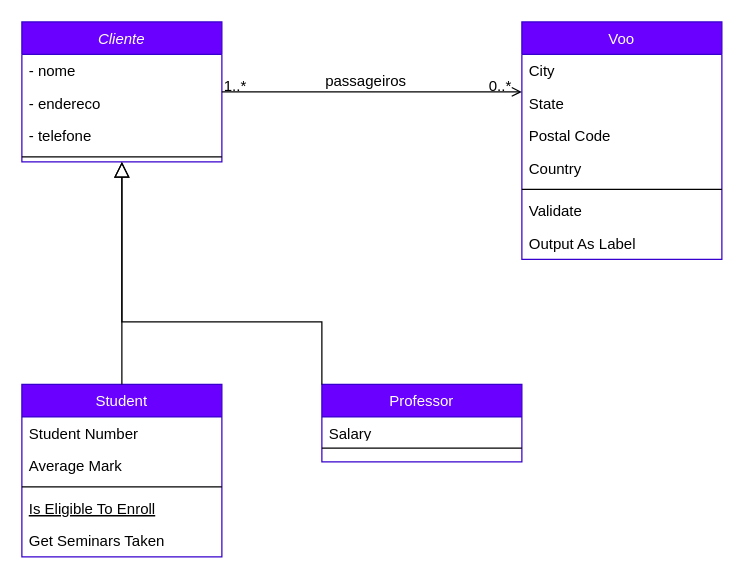
Above: Diagrama sem nome.drawio in luazinhaa/TOH (draw.io), before the change. Source tidied: cells renumbered, new cells numbered last; positions are measured from the earlier drawing's top-left corner, leaving out a move shared by most shapes. Both pictures are drawn from the tidied source at 125%, with x=0, y=0 at pixel (21, 21).
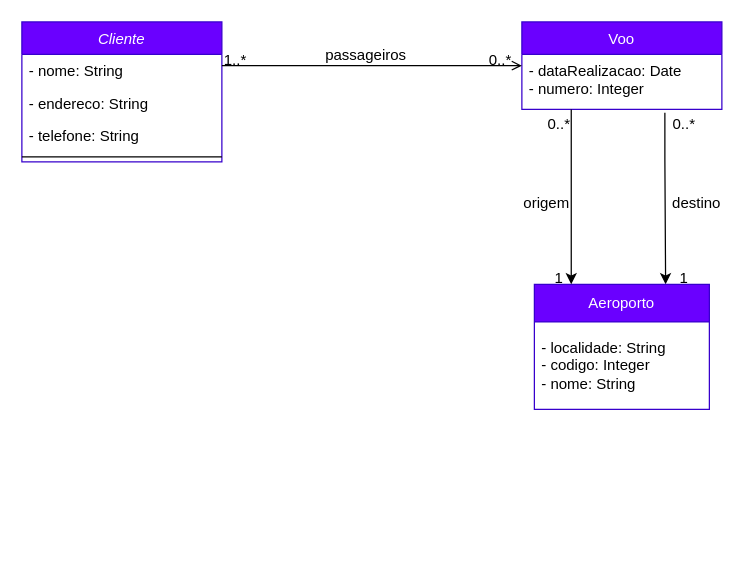
The same diagram, later.

The change refers to these unchanged cells:
```xml
<mxCell id="2" value="Cliente" style="swimlane;fontStyle=2;align=center;verticalAlign=top;horizontal=1;startSize=26;rounded=0;shadow=0;strokeWidth=1;fillColor=#6a00ff;strokeColor=#3700CC;fontColor=#ffffff;" parent="1" vertex="1">
  <mxGeometry width="160" height="112" as="geometry" />
</mxCell>
```

What changed in the source:
```diff
@@
-    <mxCell id="3" value="- nome" style="text;align=left;verticalAlign=top;spacingLeft=4;spacingRight=4;overflow=hidden;" parent="2" vertex="1">
+    <mxCell id="3" value="- nome: String" style="text;align=left;verticalAlign=top;spacingLeft=4;spacingRight=4;overflow=hidden;" parent="2" vertex="1">
       <mxGeometry y="26" width="160" height="26" as="geometry" />
     </mxCell>
-    <mxCell id="4" value="- endereco" style="text;align=left;verticalAlign=top;spacingLeft=4;spacingRight=4;overflow=hidden;rounded=0;shadow=0;html=0;" parent="2" vertex="1">
+    <mxCell id="4" value="- endereco: String" style="text;align=left;verticalAlign=top;spacingLeft=4;spacingRight=4;overflow=hidden;rounded=0;shadow=0;html=0;" parent="2" vertex="1">
       <mxGeometry y="52" width="160" height="26" as="geometry" />
     </mxCell>
-    <mxCell id="5" value="- telefone" style="text;align=left;verticalAlign=top;spacingLeft=4;spacingRight=4;overflow=hidden;rounded=0;shadow=0;html=0;fillColor=none;" parent="2" vertex="1">
+    <mxCell id="5" value="- telefone: String" style="text;align=left;verticalAlign=top;spacingLeft=4;spacingRight=4;overflow=hidden;rounded=0;shadow=0;html=0;fillColor=none;" parent="2" vertex="1">
       <mxGeometry y="78" width="160" height="26" as="geometry" />
     </mxCell>
@@
-    <mxCell id="7" value="Student" style="swimlane;fontStyle=0;align=center;verticalAlign=top;horizontal=1;startSize=26;rounded=0;shadow=0;strokeWidth=1;fillColor=#6a00ff;fontColor=#ffffff;strokeColor=#3700CC;" parent="1" vertex="1">
-      <mxGeometry y="290" width="160" height="138" as="geometry" />
-    </mxCell>
-    <mxCell id="8" value="Student Number" style="text;align=left;verticalAlign=top;spacingLeft=4;spacingRight=4;overflow=hidden;" parent="7" vertex="1">
-      <mxGeometry y="26" width="160" height="26" as="geometry" />
-    </mxCell>
-    <mxCell id="9" value="Average Mark" style="text;align=left;verticalAlign=top;spacingLeft=4;spacingRight=4;overflow=hidden;rounded=0;shadow=0;html=0;" parent="7" vertex="1">
-      <mxGeometry y="52" width="160" height="26" as="geometry" />
-    </mxCell>
-    <mxCell id="10" style="line;html=1;strokeWidth=1;align=left;verticalAlign=middle;spacingTop=-1;spacingLeft=3;spacingRight=3;labelPosition=right;" parent="7" vertex="1">
-      <mxGeometry y="78" width="160" height="8" as="geometry" />
-    </mxCell>
-    <mxCell id="11" value="Is Eligible To Enroll" style="text;align=left;verticalAlign=top;spacingLeft=4;spacingRight=4;overflow=hidden;fontStyle=4;" parent="7" vertex="1">
-      <mxGeometry y="86" width="160" height="26" as="geometry" />
-    </mxCell>
-    <mxCell id="12" value="Get Seminars Taken" style="text;align=left;verticalAlign=top;spacingLeft=4;spacingRight=4;overflow=hidden;" parent="7" vertex="1">
-      <mxGeometry y="112" width="160" height="26" as="geometry" />
-    </mxCell>
-    <mxCell id="13" style="endArrow=block;endSize=10;endFill=0;shadow=0;strokeWidth=1;rounded=0;edgeStyle=elbowEdgeStyle;elbow=vertical;" parent="1" edge="1" source="7" target="2">
-      <mxGeometry relative="1" as="geometry" />
-    </mxCell>
-    <mxCell id="14" value="Professor" style="swimlane;fontStyle=0;align=center;verticalAlign=top;horizontal=1;startSize=26;rounded=0;shadow=0;strokeWidth=1;fillColor=#6a00ff;fontColor=#ffffff;strokeColor=#3700CC;" parent="1" vertex="1">
-      <mxGeometry x="240" y="290" width="160" height="62" as="geometry" />
-    </mxCell>
-    <mxCell id="15" value="Salary" style="text;align=left;verticalAlign=top;spacingLeft=4;spacingRight=4;overflow=hidden;" parent="14" vertex="1">
-      <mxGeometry y="26" width="160" height="14" as="geometry" />
-    </mxCell>
-    <mxCell id="16" style="line;html=1;strokeWidth=1;align=left;verticalAlign=middle;spacingTop=-1;spacingLeft=3;spacingRight=3;labelPosition=right;" parent="14" vertex="1">
-      <mxGeometry y="40" width="160" height="22" as="geometry" />
-    </mxCell>
-    <mxCell id="17" style="endArrow=block;endSize=10;endFill=0;shadow=0;strokeWidth=1;rounded=0;edgeStyle=elbowEdgeStyle;elbow=vertical;exitX=0;exitY=0;exitDx=0;exitDy=0;" parent="1" edge="1" source="14" target="2">
-      <mxGeometry relative="1" as="geometry">
-        <Array as="points">
-          <mxPoint x="80" y="240" />
-        </Array>
-      </mxGeometry>
-    </mxCell>
+    <mxCell id="30" style="edgeStyle=orthogonalEdgeStyle;rounded=0;jettySize=auto;html=1;entryX=0.75;entryY=0;entryDx=0;entryDy=0;comic=0;enumerate=0;exitX=0.715;exitY=1.059;exitDx=0;exitDy=0;exitPerimeter=0;" parent="1" edge="1" source="19" target="31">
+      <mxGeometry relative="1" as="geometry">
+        <Array as="points">
+          <mxPoint x="514" y="110" />
+        </Array>
+      </mxGeometry>
+    </mxCell>
     <mxCell id="18" value="Voo" style="swimlane;fontStyle=0;align=center;verticalAlign=top;horizontal=1;startSize=26;rounded=0;shadow=0;strokeWidth=1;fillColor=#6a00ff;fontColor=#ffffff;strokeColor=#3700CC;" parent="1" vertex="1">
-      <mxGeometry x="400" width="160" height="190" as="geometry" />
+      <mxGeometry x="400" width="160" height="70" as="geometry" />
     </mxCell>
-    <mxCell id="19" value="City" style="text;align=left;verticalAlign=top;spacingLeft=4;spacingRight=4;overflow=hidden;points=[[0,0.5],[1,0.5]];portConstraint=eastwest;rounded=0;shadow=0;html=0;" parent="18" vertex="1">
-      <mxGeometry y="26" width="160" height="26" as="geometry" />
+    <mxCell id="19" value="- dataRealizacao: Date&#10;- numero: Integer " style="text;align=left;verticalAlign=top;spacingLeft=4;spacingRight=4;overflow=hidden;points=[[0,0.5],[1,0.5]];portConstraint=eastwest;rounded=0;shadow=0;html=0;" parent="18" vertex="1">
+      <mxGeometry y="26" width="160" height="44" as="geometry" />
     </mxCell>
-    <mxCell id="20" value="State" style="text;align=left;verticalAlign=top;spacingLeft=4;spacingRight=4;overflow=hidden;rounded=0;shadow=0;html=0;" parent="18" vertex="1">
-      <mxGeometry y="52" width="160" height="26" as="geometry" />
-    </mxCell>
-    <mxCell id="21" value="Postal Code" style="text;align=left;verticalAlign=top;spacingLeft=4;spacingRight=4;overflow=hidden;rounded=0;shadow=0;html=0;" parent="18" vertex="1">
-      <mxGeometry y="78" width="160" height="26" as="geometry" />
-    </mxCell>
-    <mxCell id="22" value="Country" style="text;align=left;verticalAlign=top;spacingLeft=4;spacingRight=4;overflow=hidden;rounded=0;shadow=0;html=0;" parent="18" vertex="1">
-      <mxGeometry y="104" width="160" height="26" as="geometry" />
-    </mxCell>
-    <mxCell id="23" style="line;html=1;strokeWidth=1;align=left;verticalAlign=middle;spacingTop=-1;spacingLeft=3;spacingRight=3;labelPosition=right;" parent="18" vertex="1">
-      <mxGeometry y="130" width="160" height="8" as="geometry" />
-    </mxCell>
-    <mxCell id="24" value="Validate" style="text;align=left;verticalAlign=top;spacingLeft=4;spacingRight=4;overflow=hidden;" parent="18" vertex="1">
-      <mxGeometry y="138" width="160" height="26" as="geometry" />
-    </mxCell>
-    <mxCell id="25" value="Output As Label" style="text;align=left;verticalAlign=top;spacingLeft=4;spacingRight=4;overflow=hidden;" parent="18" vertex="1">
-      <mxGeometry y="164" width="160" height="26" as="geometry" />
-    </mxCell>
@@
+    <mxCell id="31" value="Aeroporto" style="swimlane;fontStyle=0;horizontal=1;startSize=30;whiteSpace=wrap;html=1;fillColor=#6a00ff;fontColor=#ffffff;strokeColor=#3700CC;" parent="1" vertex="1">
+      <mxGeometry x="410" y="210" width="140" height="100" as="geometry" />
+    </mxCell>
+    <mxCell id="32" value="- localidade: String&lt;br&gt;- codigo: Integer&lt;br&gt;- nome: String" style="text;strokeColor=none;fillColor=none;align=left;verticalAlign=middle;spacingLeft=4;spacingRight=4;overflow=hidden;whiteSpace=wrap;html=1;" parent="31" vertex="1">
+      <mxGeometry y="30" width="140" height="70" as="geometry" />
+    </mxCell>
+    <mxCell id="33" value="origem" style="text;html=1;strokeColor=none;fillColor=none;align=center;verticalAlign=middle;whiteSpace=wrap;rounded=0;" parent="1" vertex="1">
+      <mxGeometry x="390" y="130" width="60" height="30" as="geometry" />
+    </mxCell>
+    <mxCell id="34" value="destino" style="text;html=1;strokeColor=none;fillColor=none;align=center;verticalAlign=middle;whiteSpace=wrap;rounded=0;" parent="1" vertex="1">
+      <mxGeometry x="510" y="130" width="60" height="30" as="geometry" />
+    </mxCell>
+    <mxCell id="35" value="1" style="text;html=1;strokeColor=none;fillColor=none;align=center;verticalAlign=middle;whiteSpace=wrap;rounded=0;" parent="1" vertex="1">
+      <mxGeometry x="400" y="190" width="60" height="30" as="geometry" />
+    </mxCell>
+    <mxCell id="36" value="1" style="text;html=1;strokeColor=none;fillColor=none;align=center;verticalAlign=middle;whiteSpace=wrap;rounded=0;" parent="1" vertex="1">
+      <mxGeometry x="500" y="190" width="60" height="30" as="geometry" />
+    </mxCell>
+    <mxCell id="37" value="0..*" style="align=right;verticalAlign=bottom;labelBackgroundColor=none;fontSize=12;" parent="1" vertex="1">
+      <mxGeometry x="440" y="90" as="geometry" />
+    </mxCell>
+    <mxCell id="38" value="0..*" style="align=right;verticalAlign=bottom;labelBackgroundColor=none;fontSize=12;" parent="1" vertex="1">
+      <mxGeometry x="540" y="90" as="geometry" />
+    </mxCell>
+    <mxCell id="39" style="edgeStyle=orthogonalEdgeStyle;rounded=0;jettySize=auto;html=1;entryX=0.667;entryY=0.667;entryDx=0;entryDy=0;entryPerimeter=0;" parent="1" edge="1" source="19">
+      <mxGeometry relative="1" as="geometry">
+        <mxPoint x="439.5" y="210" as="targetPoint" />
+        <Array as="points">
+          <mxPoint x="450" y="70" />
+          <mxPoint x="450" y="70" />
+        </Array>
+      </mxGeometry>
+    </mxCell>
```
